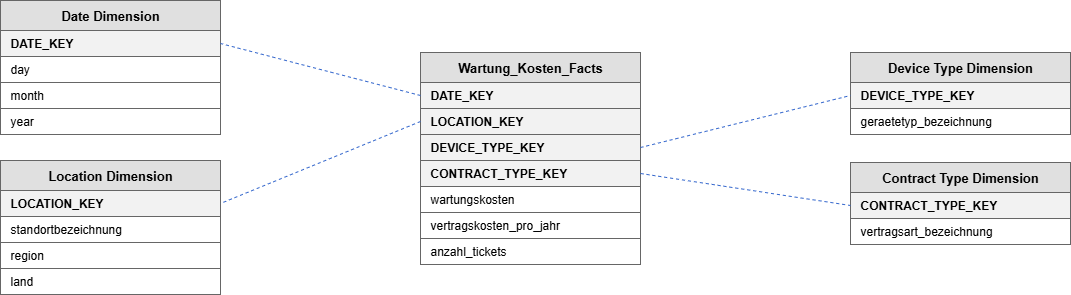
This is Dokumentation/star_Wartungskosten.png from IchbinsTil/DVS, a draw.io export, as it was before one commit. Source tidied: cells renumbered, new cells last; positions are measured from the earlier drawing's top-left corner, leaving out a move shared by most shapes. The source it was exported from:
```xml
<mxGraphModel>
  <root>
    <mxCell id="0" />
    <mxCell id="1" parent="0" />
    <mxCell id="2" value="Wartung_Kosten_Facts" style="rounded=0;whiteSpace=wrap;html=1;fillColor=#e0e0e0;strokeColor=#666666;fontStyle=1;fontSize=13;align=center;verticalAlign=middle;" parent="1" vertex="1">
      <mxGeometry x="420" y="52" width="220" height="30" as="geometry" />
    </mxCell>
    <mxCell id="3" value="DATE_KEY" style="rounded=0;whiteSpace=wrap;html=1;fillColor=#f2f2f2;strokeColor=#666666;fontStyle=1;fontSize=12;align=left;spacingLeft=8;" parent="1" vertex="1">
      <mxGeometry x="420" y="82" width="220" height="26" as="geometry" />
    </mxCell>
    <mxCell id="4" value="LOCATION_KEY" style="rounded=0;whiteSpace=wrap;html=1;fillColor=#f2f2f2;strokeColor=#666666;fontStyle=1;fontSize=12;align=left;spacingLeft=8;" parent="1" vertex="1">
      <mxGeometry x="420" y="108" width="220" height="26" as="geometry" />
    </mxCell>
    <mxCell id="5" value="DEVICE_TYPE_KEY" style="rounded=0;whiteSpace=wrap;html=1;fillColor=#f2f2f2;strokeColor=#666666;fontStyle=1;fontSize=12;align=left;spacingLeft=8;" parent="1" vertex="1">
      <mxGeometry x="420" y="134" width="220" height="26" as="geometry" />
    </mxCell>
    <mxCell id="6" value="CONTRACT_TYPE_KEY" style="rounded=0;whiteSpace=wrap;html=1;fillColor=#f2f2f2;strokeColor=#666666;fontStyle=1;fontSize=12;align=left;spacingLeft=8;" parent="1" vertex="1">
      <mxGeometry x="420" y="160" width="220" height="26" as="geometry" />
    </mxCell>
    <mxCell id="7" value="wartungskosten" style="rounded=0;whiteSpace=wrap;html=1;fillColor=#ffffff;strokeColor=#666666;fontSize=12;align=left;spacingLeft=8;" parent="1" vertex="1">
      <mxGeometry x="420" y="186" width="220" height="26" as="geometry" />
    </mxCell>
    <mxCell id="8" value="vertragskosten_pro_jahr" style="rounded=0;whiteSpace=wrap;html=1;fillColor=#ffffff;strokeColor=#666666;fontSize=12;align=left;spacingLeft=8;" parent="1" vertex="1">
      <mxGeometry x="420" y="212" width="220" height="26" as="geometry" />
    </mxCell>
    <mxCell id="9" value="anzahl_tickets" style="rounded=0;whiteSpace=wrap;html=1;fillColor=#ffffff;strokeColor=#666666;fontSize=12;align=left;spacingLeft=8;" parent="1" vertex="1">
      <mxGeometry x="420" y="238" width="220" height="26" as="geometry" />
    </mxCell>
    <mxCell id="10" value="Date Dimension" style="rounded=0;whiteSpace=wrap;html=1;fillColor=#e0e0e0;strokeColor=#666666;fontStyle=1;fontSize=13;align=center;verticalAlign=middle;" parent="1" vertex="1">
      <mxGeometry width="220" height="30" as="geometry" />
    </mxCell>
    <mxCell id="11" value="DATE_KEY" style="rounded=0;whiteSpace=wrap;html=1;fillColor=#f2f2f2;strokeColor=#666666;fontStyle=1;fontSize=12;align=left;spacingLeft=8;" parent="1" vertex="1">
      <mxGeometry y="30" width="220" height="26" as="geometry" />
    </mxCell>
    <mxCell id="12" value="day" style="rounded=0;whiteSpace=wrap;html=1;fillColor=#ffffff;strokeColor=#666666;fontSize=12;align=left;spacingLeft=8;" parent="1" vertex="1">
      <mxGeometry y="56" width="220" height="26" as="geometry" />
    </mxCell>
    <mxCell id="13" value="month" style="rounded=0;whiteSpace=wrap;html=1;fillColor=#ffffff;strokeColor=#666666;fontSize=12;align=left;spacingLeft=8;" parent="1" vertex="1">
      <mxGeometry y="82" width="220" height="26" as="geometry" />
    </mxCell>
    <mxCell id="14" value="year" style="rounded=0;whiteSpace=wrap;html=1;fillColor=#ffffff;strokeColor=#666666;fontSize=12;align=left;spacingLeft=8;" parent="1" vertex="1">
      <mxGeometry y="108" width="220" height="26" as="geometry" />
    </mxCell>
    <mxCell id="15" value="Location Dimension" style="rounded=0;whiteSpace=wrap;html=1;fillColor=#e0e0e0;strokeColor=#666666;fontStyle=1;fontSize=13;align=center;verticalAlign=middle;" parent="1" vertex="1">
      <mxGeometry y="160" width="220" height="30" as="geometry" />
    </mxCell>
    <mxCell id="16" value="LOCATION_KEY" style="rounded=0;whiteSpace=wrap;html=1;fillColor=#f2f2f2;strokeColor=#666666;fontStyle=1;fontSize=12;align=left;spacingLeft=8;" parent="1" vertex="1">
      <mxGeometry y="190" width="220" height="26" as="geometry" />
    </mxCell>
    <mxCell id="17" value="standortbezeichnung" style="rounded=0;whiteSpace=wrap;html=1;fillColor=#ffffff;strokeColor=#666666;fontSize=12;align=left;spacingLeft=8;" parent="1" vertex="1">
      <mxGeometry y="216" width="220" height="26" as="geometry" />
    </mxCell>
    <mxCell id="18" value="region" style="rounded=0;whiteSpace=wrap;html=1;fillColor=#ffffff;strokeColor=#666666;fontSize=12;align=left;spacingLeft=8;" parent="1" vertex="1">
      <mxGeometry y="242" width="220" height="26" as="geometry" />
    </mxCell>
    <mxCell id="19" value="land" style="rounded=0;whiteSpace=wrap;html=1;fillColor=#ffffff;strokeColor=#666666;fontSize=12;align=left;spacingLeft=8;" parent="1" vertex="1">
      <mxGeometry y="268" width="220" height="26" as="geometry" />
    </mxCell>
    <mxCell id="20" value="Device Type Dimension" style="rounded=0;whiteSpace=wrap;html=1;fillColor=#e0e0e0;strokeColor=#666666;fontStyle=1;fontSize=13;align=center;verticalAlign=middle;" parent="1" vertex="1">
      <mxGeometry x="850" y="52" width="220" height="30" as="geometry" />
    </mxCell>
    <mxCell id="21" value="DEVICE_TYPE_KEY" style="rounded=0;whiteSpace=wrap;html=1;fillColor=#f2f2f2;strokeColor=#666666;fontStyle=1;fontSize=12;align=left;spacingLeft=8;" parent="1" vertex="1">
      <mxGeometry x="850" y="82" width="220" height="26" as="geometry" />
    </mxCell>
    <mxCell id="22" value="geraetetyp_bezeichnung" style="rounded=0;whiteSpace=wrap;html=1;fillColor=#ffffff;strokeColor=#666666;fontSize=12;align=left;spacingLeft=8;" parent="1" vertex="1">
      <mxGeometry x="850" y="108" width="220" height="26" as="geometry" />
    </mxCell>
    <mxCell id="23" value="Contract Type Dimension" style="rounded=0;whiteSpace=wrap;html=1;fillColor=#e0e0e0;strokeColor=#666666;fontStyle=1;fontSize=13;align=center;verticalAlign=middle;" parent="1" vertex="1">
      <mxGeometry x="850" y="162" width="220" height="30" as="geometry" />
    </mxCell>
    <mxCell id="24" value="CONTRACT_TYPE_KEY" style="rounded=0;whiteSpace=wrap;html=1;fillColor=#f2f2f2;strokeColor=#666666;fontStyle=1;fontSize=12;align=left;spacingLeft=8;" parent="1" vertex="1">
      <mxGeometry x="850" y="192" width="220" height="26" as="geometry" />
    </mxCell>
    <mxCell id="25" value="vertragsart_bezeichnung" style="rounded=0;whiteSpace=wrap;html=1;fillColor=#ffffff;strokeColor=#666666;fontSize=12;align=left;spacingLeft=8;" parent="1" vertex="1">
      <mxGeometry x="850" y="218" width="220" height="26" as="geometry" />
    </mxCell>
    <mxCell id="26" style="html=1;endArrow=none;startArrow=none;dashed=1;strokeColor=#3366CC;strokeWidth=1;exitX=0;exitY=0.5;exitDx=0;exitDy=0;entryX=1;entryY=0.5;entryDx=0;entryDy=0;" parent="1" edge="1" source="3" target="11">
      <mxGeometry relative="1" as="geometry" />
    </mxCell>
    <mxCell id="27" style="html=1;endArrow=none;startArrow=none;dashed=1;strokeColor=#3366CC;strokeWidth=1;entryX=1;entryY=0.5;entryDx=0;entryDy=0;exitX=0;exitY=0.5;exitDx=0;exitDy=0;" parent="1" edge="1" source="4" target="16">
      <mxGeometry relative="1" as="geometry" />
    </mxCell>
    <mxCell id="28" style="html=1;endArrow=none;startArrow=none;dashed=1;strokeColor=#3366CC;strokeWidth=1;entryX=0;entryY=0.5;entryDx=0;entryDy=0;" parent="1" edge="1" target="21">
      <mxGeometry relative="1" as="geometry">
        <mxPoint x="640" y="147" as="sourcePoint" />
      </mxGeometry>
    </mxCell>
    <mxCell id="29" style="html=1;endArrow=none;startArrow=none;dashed=1;strokeColor=#3366CC;strokeWidth=1;exitX=1;exitY=0.5;exitDx=0;exitDy=0;entryX=0;entryY=0.5;entryDx=0;entryDy=0;" parent="1" edge="1" source="6" target="24">
      <mxGeometry relative="1" as="geometry" />
    </mxCell>
  </root>
</mxGraphModel>
```
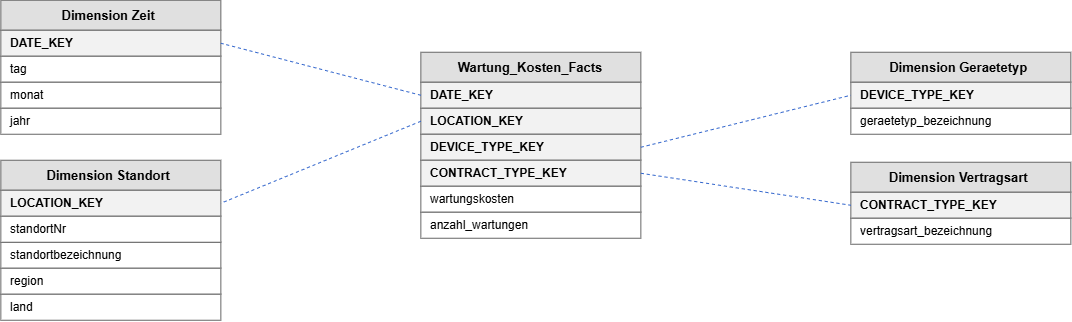
The same diagram one commit later.

Commit message:
Update Star + Excel

Change to the diagram source:
```diff
@@ -20,43 +20,40 @@
     <mxCell id="7" value="wartungskosten" style="rounded=0;whiteSpace=wrap;html=1;fillColor=#ffffff;strokeColor=#666666;fontSize=12;align=left;spacingLeft=8;" parent="1" vertex="1">
       <mxGeometry x="420" y="186" width="220" height="26" as="geometry" />
     </mxCell>
-    <mxCell id="8" value="vertragskosten_pro_jahr" style="rounded=0;whiteSpace=wrap;html=1;fillColor=#ffffff;strokeColor=#666666;fontSize=12;align=left;spacingLeft=8;" parent="1" vertex="1">
-      <mxGeometry x="420" y="212" width="220" height="26" as="geometry" />
-    </mxCell>
-    <mxCell id="9" value="anzahl_tickets" style="rounded=0;whiteSpace=wrap;html=1;fillColor=#ffffff;strokeColor=#666666;fontSize=12;align=left;spacingLeft=8;" parent="1" vertex="1">
-      <mxGeometry x="420" y="238" width="220" height="26" as="geometry" />
+    <mxCell id="9" value="anzahl_wartungen" style="rounded=0;whiteSpace=wrap;html=1;fillColor=#ffffff;strokeColor=#666666;fontSize=12;align=left;spacingLeft=8;" parent="1" vertex="1">
+      <mxGeometry x="420" y="212" width="220" height="26" as="geometry" />
     </mxCell>
-    <mxCell id="10" value="Date Dimension" style="rounded=0;whiteSpace=wrap;html=1;fillColor=#e0e0e0;strokeColor=#666666;fontStyle=1;fontSize=13;align=center;verticalAlign=middle;" parent="1" vertex="1">
+    <mxCell id="10" value="Dimension Zeit&amp;nbsp;" style="rounded=0;whiteSpace=wrap;html=1;fillColor=#e0e0e0;strokeColor=#666666;fontStyle=1;fontSize=13;align=center;verticalAlign=middle;" parent="1" vertex="1">
       <mxGeometry width="220" height="30" as="geometry" />
     </mxCell>
     <mxCell id="11" value="DATE_KEY" style="rounded=0;whiteSpace=wrap;html=1;fillColor=#f2f2f2;strokeColor=#666666;fontStyle=1;fontSize=12;align=left;spacingLeft=8;" parent="1" vertex="1">
       <mxGeometry y="30" width="220" height="26" as="geometry" />
     </mxCell>
-    <mxCell id="12" value="day" style="rounded=0;whiteSpace=wrap;html=1;fillColor=#ffffff;strokeColor=#666666;fontSize=12;align=left;spacingLeft=8;" parent="1" vertex="1">
+    <mxCell id="12" value="tag" style="rounded=0;whiteSpace=wrap;html=1;fillColor=#ffffff;strokeColor=#666666;fontSize=12;align=left;spacingLeft=8;" parent="1" vertex="1">
       <mxGeometry y="56" width="220" height="26" as="geometry" />
     </mxCell>
-    <mxCell id="13" value="month" style="rounded=0;whiteSpace=wrap;html=1;fillColor=#ffffff;strokeColor=#666666;fontSize=12;align=left;spacingLeft=8;" parent="1" vertex="1">
+    <mxCell id="13" value="monat" style="rounded=0;whiteSpace=wrap;html=1;fillColor=#ffffff;strokeColor=#666666;fontSize=12;align=left;spacingLeft=8;" parent="1" vertex="1">
       <mxGeometry y="82" width="220" height="26" as="geometry" />
     </mxCell>
-    <mxCell id="14" value="year" style="rounded=0;whiteSpace=wrap;html=1;fillColor=#ffffff;strokeColor=#666666;fontSize=12;align=left;spacingLeft=8;" parent="1" vertex="1">
+    <mxCell id="14" value="jahr" style="rounded=0;whiteSpace=wrap;html=1;fillColor=#ffffff;strokeColor=#666666;fontSize=12;align=left;spacingLeft=8;" parent="1" vertex="1">
       <mxGeometry y="108" width="220" height="26" as="geometry" />
     </mxCell>
-    <mxCell id="15" value="Location Dimension" style="rounded=0;whiteSpace=wrap;html=1;fillColor=#e0e0e0;strokeColor=#666666;fontStyle=1;fontSize=13;align=center;verticalAlign=middle;" parent="1" vertex="1">
+    <mxCell id="15" value="Dimension Standort&amp;nbsp;" style="rounded=0;whiteSpace=wrap;html=1;fillColor=#e0e0e0;strokeColor=#666666;fontStyle=1;fontSize=13;align=center;verticalAlign=middle;" parent="1" vertex="1">
       <mxGeometry y="160" width="220" height="30" as="geometry" />
     </mxCell>
     <mxCell id="16" value="LOCATION_KEY" style="rounded=0;whiteSpace=wrap;html=1;fillColor=#f2f2f2;strokeColor=#666666;fontStyle=1;fontSize=12;align=left;spacingLeft=8;" parent="1" vertex="1">
       <mxGeometry y="190" width="220" height="26" as="geometry" />
     </mxCell>
     <mxCell id="17" value="standortbezeichnung" style="rounded=0;whiteSpace=wrap;html=1;fillColor=#ffffff;strokeColor=#666666;fontSize=12;align=left;spacingLeft=8;" parent="1" vertex="1">
-      <mxGeometry y="216" width="220" height="26" as="geometry" />
+      <mxGeometry y="242" width="220" height="26" as="geometry" />
     </mxCell>
     <mxCell id="18" value="region" style="rounded=0;whiteSpace=wrap;html=1;fillColor=#ffffff;strokeColor=#666666;fontSize=12;align=left;spacingLeft=8;" parent="1" vertex="1">
-      <mxGeometry y="242" width="220" height="26" as="geometry" />
+      <mxGeometry y="268" width="220" height="26" as="geometry" />
     </mxCell>
     <mxCell id="19" value="land" style="rounded=0;whiteSpace=wrap;html=1;fillColor=#ffffff;strokeColor=#666666;fontSize=12;align=left;spacingLeft=8;" parent="1" vertex="1">
-      <mxGeometry y="268" width="220" height="26" as="geometry" />
+      <mxGeometry y="294" width="220" height="26" as="geometry" />
     </mxCell>
-    <mxCell id="20" value="Device Type Dimension" style="rounded=0;whiteSpace=wrap;html=1;fillColor=#e0e0e0;strokeColor=#666666;fontStyle=1;fontSize=13;align=center;verticalAlign=middle;" parent="1" vertex="1">
+    <mxCell id="20" value="Dimension Geraetetyp&amp;nbsp;" style="rounded=0;whiteSpace=wrap;html=1;fillColor=#e0e0e0;strokeColor=#666666;fontStyle=1;fontSize=13;align=center;verticalAlign=middle;" parent="1" vertex="1">
       <mxGeometry x="850" y="52" width="220" height="30" as="geometry" />
     </mxCell>
     <mxCell id="21" value="DEVICE_TYPE_KEY" style="rounded=0;whiteSpace=wrap;html=1;fillColor=#f2f2f2;strokeColor=#666666;fontStyle=1;fontSize=12;align=left;spacingLeft=8;" parent="1" vertex="1">
@@ -65,7 +62,7 @@
     <mxCell id="22" value="geraetetyp_bezeichnung" style="rounded=0;whiteSpace=wrap;html=1;fillColor=#ffffff;strokeColor=#666666;fontSize=12;align=left;spacingLeft=8;" parent="1" vertex="1">
       <mxGeometry x="850" y="108" width="220" height="26" as="geometry" />
     </mxCell>
-    <mxCell id="23" value="Contract Type Dimension" style="rounded=0;whiteSpace=wrap;html=1;fillColor=#e0e0e0;strokeColor=#666666;fontStyle=1;fontSize=13;align=center;verticalAlign=middle;" parent="1" vertex="1">
+    <mxCell id="23" value="Dimension Vertragsart&amp;nbsp;" style="rounded=0;whiteSpace=wrap;html=1;fillColor=#e0e0e0;strokeColor=#666666;fontStyle=1;fontSize=13;align=center;verticalAlign=middle;" parent="1" vertex="1">
       <mxGeometry x="850" y="162" width="220" height="30" as="geometry" />
     </mxCell>
     <mxCell id="24" value="CONTRACT_TYPE_KEY" style="rounded=0;whiteSpace=wrap;html=1;fillColor=#f2f2f2;strokeColor=#666666;fontStyle=1;fontSize=12;align=left;spacingLeft=8;" parent="1" vertex="1">
@@ -88,5 +85,8 @@
     <mxCell id="29" style="html=1;endArrow=none;startArrow=none;dashed=1;strokeColor=#3366CC;strokeWidth=1;exitX=1;exitY=0.5;exitDx=0;exitDy=0;entryX=0;entryY=0.5;entryDx=0;entryDy=0;" parent="1" edge="1" source="6" target="24">
       <mxGeometry relative="1" as="geometry" />
     </mxCell>
+    <mxCell id="30" value="standortNr" style="rounded=0;whiteSpace=wrap;html=1;fillColor=#ffffff;strokeColor=#666666;fontSize=12;align=left;spacingLeft=8;" parent="1" vertex="1">
+      <mxGeometry y="216" width="220" height="26" as="geometry" />
+    </mxCell>
   </root>
 </mxGraphModel>
```
